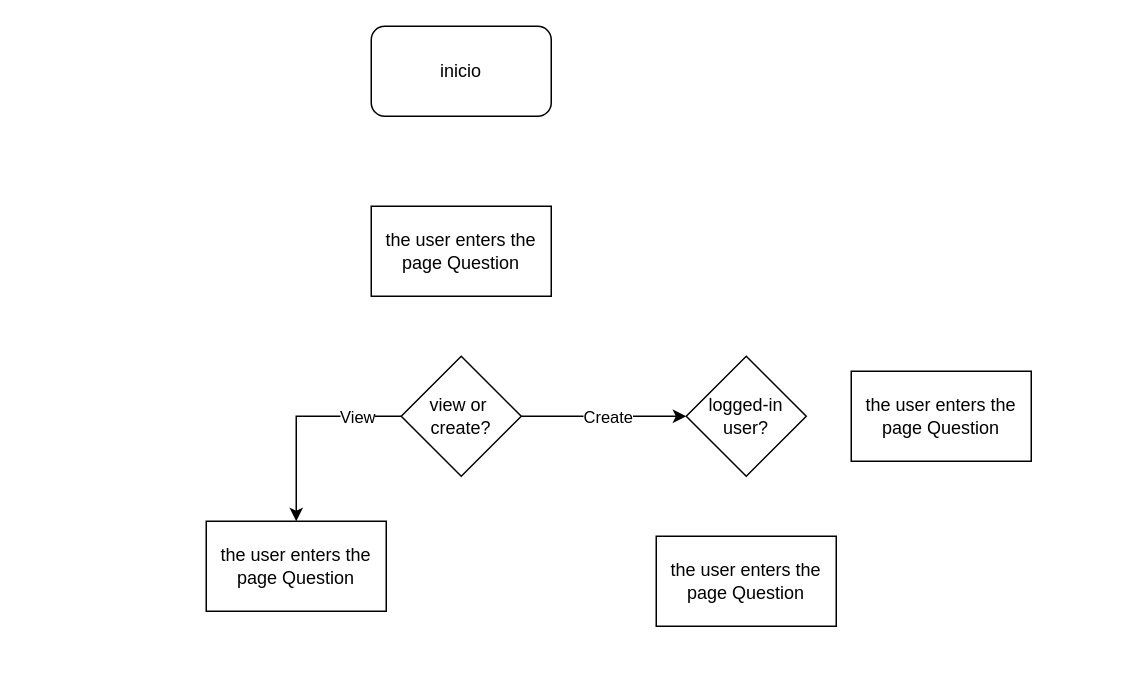
Above: page "Question and answers" (2 of 2) of Diagrama sem nome.drawio in Mined-Development-Company/Community (draw.io), before the change. Source tidied: cells renumbered, new cells numbered last; positions are measured from the earlier drawing's top-left corner, leaving out a move shared by most shapes. Both pictures are drawn from the tidied source at 150%, with x=0, y=0 at pixel (206, 26).
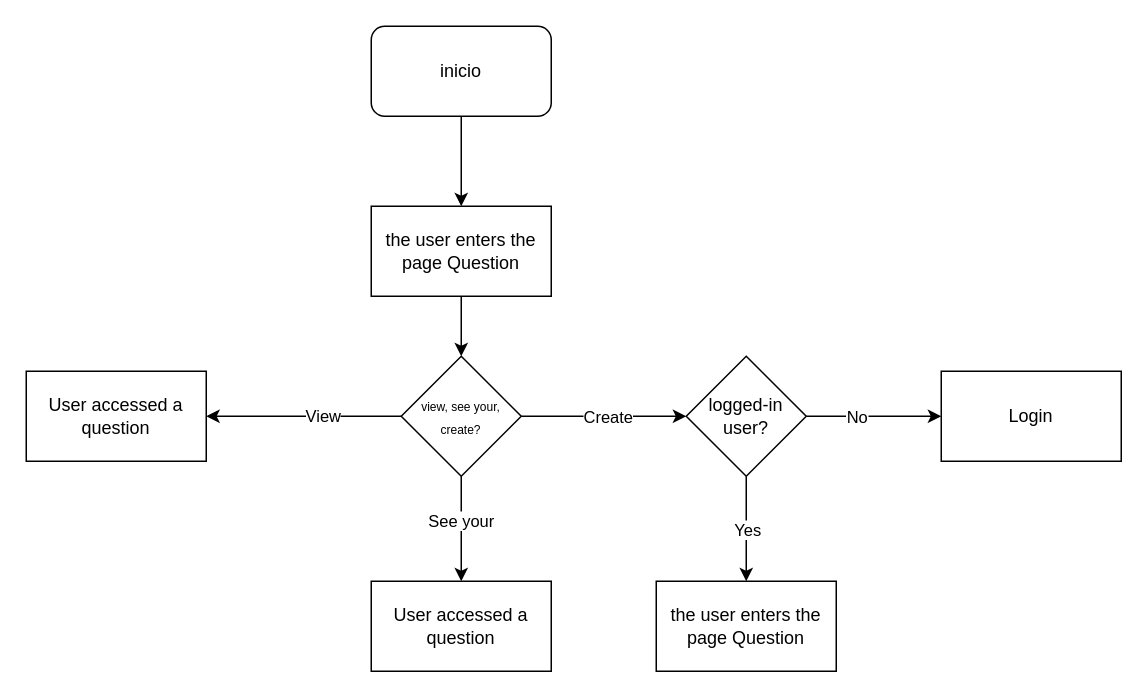
The same page after the edit.

Commit message (it also covers changes not shown here):
atualização de fluxograma de navegação e fluxograma da pagina de question and asnwers

Unchanged cells that the change refers to:
```xml
<mxCell id="7" value="the user enters the page Question" style="rounded=0;whiteSpace=wrap;html=1;" parent="1" vertex="1">
  <mxGeometry x="110" y="120" width="120" height="60" as="geometry" />
</mxCell>
<mxCell id="8" value="inicio" style="rounded=1;whiteSpace=wrap;html=1;" parent="1" vertex="1">
  <mxGeometry x="110" width="120" height="60" as="geometry" />
</mxCell>
<mxCell id="10" value="logged-in user?" style="rhombus;whiteSpace=wrap;html=1;" parent="1" vertex="1">
  <mxGeometry x="320" y="220" width="80" height="80" as="geometry" />
</mxCell>
```

What changed in the source:
```diff
@@
-    <mxCell id="4" style="edgeStyle=orthogonalEdgeStyle;rounded=0;jettySize=auto;html=1;entryX=0.5;entryY=0;entryDx=0;entryDy=0;" parent="1" edge="1" source="6" target="11">
+    <mxCell id="4" style="edgeStyle=orthogonalEdgeStyle;rounded=0;jettySize=auto;html=1;entryX=1;entryY=0.5;entryDx=0;entryDy=0;" parent="1" edge="1" source="6" target="11">
       <mxGeometry relative="1" as="geometry" />
     </mxCell>
     <mxCell id="5" value="View" style="edgeLabel;html=1;align=center;verticalAlign=middle;" parent="4" vertex="1">
-      <mxGeometry x="-0.01" y="2" relative="1" as="geometry">
-        <mxPoint x="39" y="-2" as="offset" />
-      </mxGeometry>
+      <mxGeometry x="-0.19" y="-1" relative="1" as="geometry" />
     </mxCell>
+    <mxCell id="13" style="edgeStyle=orthogonalEdgeStyle;rounded=0;jettySize=auto;html=1;entryX=0.5;entryY=0;entryDx=0;entryDy=0;" parent="1" edge="1" source="6" target="21">
+      <mxGeometry relative="1" as="geometry" />
+    </mxCell>
+    <mxCell id="14" value="See your" style="edgeLabel;html=1;align=center;verticalAlign=middle;" parent="13" vertex="1">
+      <mxGeometry x="-0.18" y="-1" relative="1" as="geometry" />
+    </mxCell>
-    <mxCell id="6" value="view or&amp;nbsp; create?" style="rhombus;whiteSpace=wrap;html=1;" parent="1" vertex="1">
+    <mxCell id="6" value="&lt;font style=&quot;font-size: 8px;&quot;&gt;view,&amp;nbsp;see your, create?&lt;/font&gt;" style="rhombus;whiteSpace=wrap;html=1;" parent="1" vertex="1">
       <mxGeometry x="130" y="220" width="80" height="80" as="geometry" />
     </mxCell>
+    <mxCell id="15" style="edgeStyle=orthogonalEdgeStyle;rounded=0;jettySize=auto;html=1;entryX=0.5;entryY=0;entryDx=0;entryDy=0;" parent="1" edge="1" source="7" target="6">
+      <mxGeometry relative="1" as="geometry" />
+    </mxCell>
@@
+    <mxCell id="16" style="edgeStyle=orthogonalEdgeStyle;rounded=0;jettySize=auto;html=1;entryX=0.5;entryY=0;entryDx=0;entryDy=0;" parent="1" edge="1" source="8" target="7">
+      <mxGeometry relative="1" as="geometry" />
+    </mxCell>
@@
-    <mxCell id="9" value="the user enters the page Question" style="rounded=0;whiteSpace=wrap;html=1;" parent="1" vertex="1">
-      <mxGeometry x="430" y="230" width="120" height="60" as="geometry" />
+    <mxCell id="9" value="Login" style="rounded=0;whiteSpace=wrap;html=1;" parent="1" vertex="1">
+      <mxGeometry x="490" y="230" width="120" height="60" as="geometry" />
     </mxCell>
+    <mxCell id="17" style="edgeStyle=orthogonalEdgeStyle;rounded=0;jettySize=auto;html=1;entryX=0;entryY=0.5;entryDx=0;entryDy=0;" parent="1" edge="1" source="10" target="9">
+      <mxGeometry relative="1" as="geometry" />
+    </mxCell>
+    <mxCell id="18" value="No" style="edgeLabel;html=1;align=center;verticalAlign=middle;" parent="17" vertex="1">
+      <mxGeometry x="-0.26" y="-2" relative="1" as="geometry">
+        <mxPoint y="-2" as="offset" />
+      </mxGeometry>
+    </mxCell>
+    <mxCell id="19" style="edgeStyle=orthogonalEdgeStyle;rounded=0;jettySize=auto;html=1;entryX=0.5;entryY=0;entryDx=0;entryDy=0;" parent="1" edge="1" source="10" target="12">
+      <mxGeometry relative="1" as="geometry" />
+    </mxCell>
+    <mxCell id="20" value="Yes" style="edgeLabel;html=1;align=center;verticalAlign=middle;" parent="19" vertex="1">
+      <mxGeometry x="0.01" relative="1" as="geometry" />
+    </mxCell>
@@
-    <mxCell id="11" value="the user enters the page Question" style="rounded=0;whiteSpace=wrap;html=1;" parent="1" vertex="1">
-      <mxGeometry y="330" width="120" height="60" as="geometry" />
+    <mxCell id="11" value="User accessed a question" style="rounded=0;whiteSpace=wrap;html=1;" parent="1" vertex="1">
+      <mxGeometry x="-120" y="230" width="120" height="60" as="geometry" />
     </mxCell>
     <mxCell id="12" value="the user enters the page Question" style="rounded=0;whiteSpace=wrap;html=1;" parent="1" vertex="1">
-      <mxGeometry x="300" y="340" width="120" height="60" as="geometry" />
+      <mxGeometry x="300" y="370" width="120" height="60" as="geometry" />
     </mxCell>
+    <mxCell id="21" value="User accessed a question" style="rounded=0;whiteSpace=wrap;html=1;" parent="1" vertex="1">
+      <mxGeometry x="110" y="370" width="120" height="60" as="geometry" />
+    </mxCell>
```
